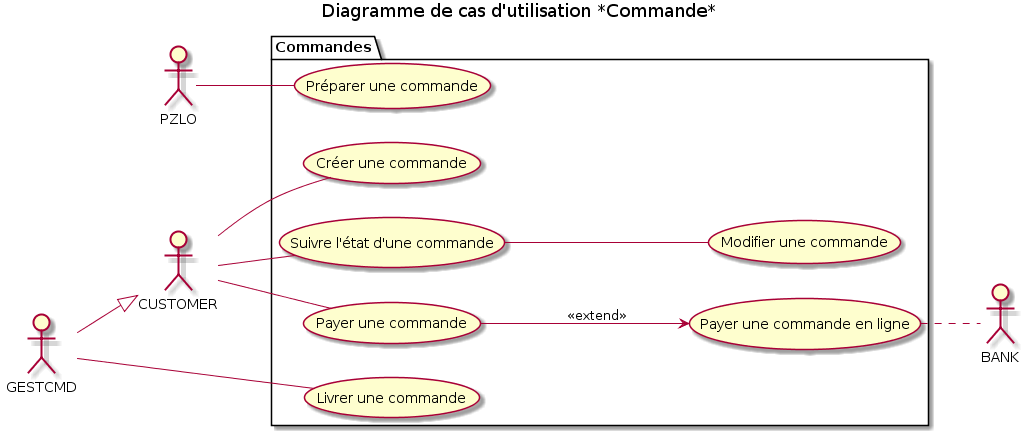
This is v4/img/03_commande.png from Zepmanbc/oc_dapython_pr4, a PlantUML export, as it was before one commit. Its diagram source:
```plantuml
@startuml 03_commande
title Diagramme de cas d'utilisation *Commande*


package Commandes{
    left to right direction
    (Créer une commande) as CREATE_CMD
    (Préparer une commande) as MAKE_CMD
    (Livrer une commande) as DELIVER_CMD
    (Modifier une commande) as MODIFY_CMD
    (Suivre l'état d'une commande) as FOLLOW_CMD
    (Payer une commande) as PAY_CMD
    (Payer une commande en ligne) as PAY_ONLINE_CMD
}

CUSTOMER -- CREATE_CMD
PZLO -- MAKE_CMD
GESTCMD -- DELIVER_CMD
CUSTOMER -- FOLLOW_CMD
FOLLOW_CMD -- MODIFY_CMD
CUSTOMER -- PAY_CMD
PAY_CMD --> PAY_ONLINE_CMD: <<extend>>
PAY_ONLINE_CMD .. BANK
GESTCMD --|> CUSTOMER


@enduml
```
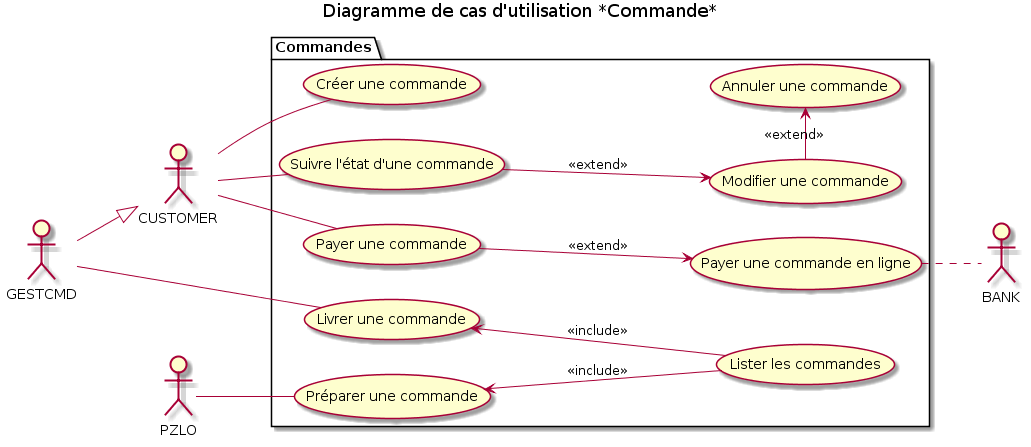
Above is the later version.

Commit message:
ajout livraison sur png

What changed in the source:
```diff
@@ -11,13 +11,18 @@
     (Suivre l'état d'une commande) as FOLLOW_CMD
     (Payer une commande) as PAY_CMD
     (Payer une commande en ligne) as PAY_ONLINE_CMD
+    (Annuler une commande) as CANCEL_CMD
+    (Lister les commandes) AS LIST_CMD
 }
 
 CUSTOMER -- CREATE_CMD
 PZLO -- MAKE_CMD
 GESTCMD -- DELIVER_CMD
+MAKE_CMD <-- LIST_CMD: <<include>>
+DELIVER_CMD <-- LIST_CMD: <<include>>
 CUSTOMER -- FOLLOW_CMD
-FOLLOW_CMD -- MODIFY_CMD
+FOLLOW_CMD --> MODIFY_CMD: <<extend>>
+MODIFY_CMD -> CANCEL_CMD: <<extend>>
 CUSTOMER -- PAY_CMD
 PAY_CMD --> PAY_ONLINE_CMD: <<extend>>
 PAY_ONLINE_CMD .. BANK
```
